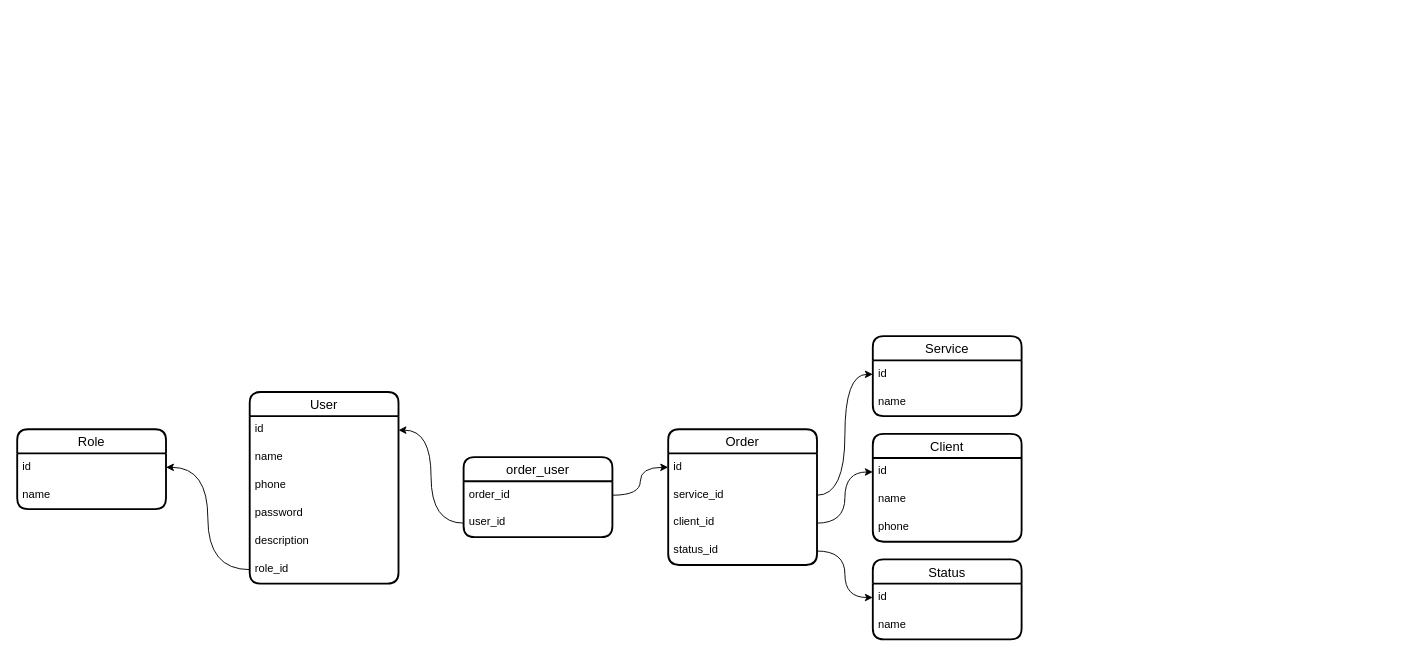
This is santex.drawio from iztileuoff/databases, a draw.io file, before an edit. Source tidied: cells renumbered, new cells numbered last; positions are measured from the earlier drawing's top-left corner, leaving out a move shared by most shapes. Both pictures are drawn from the tidied source at 93%, with x=0, y=0 at pixel (17, 336).
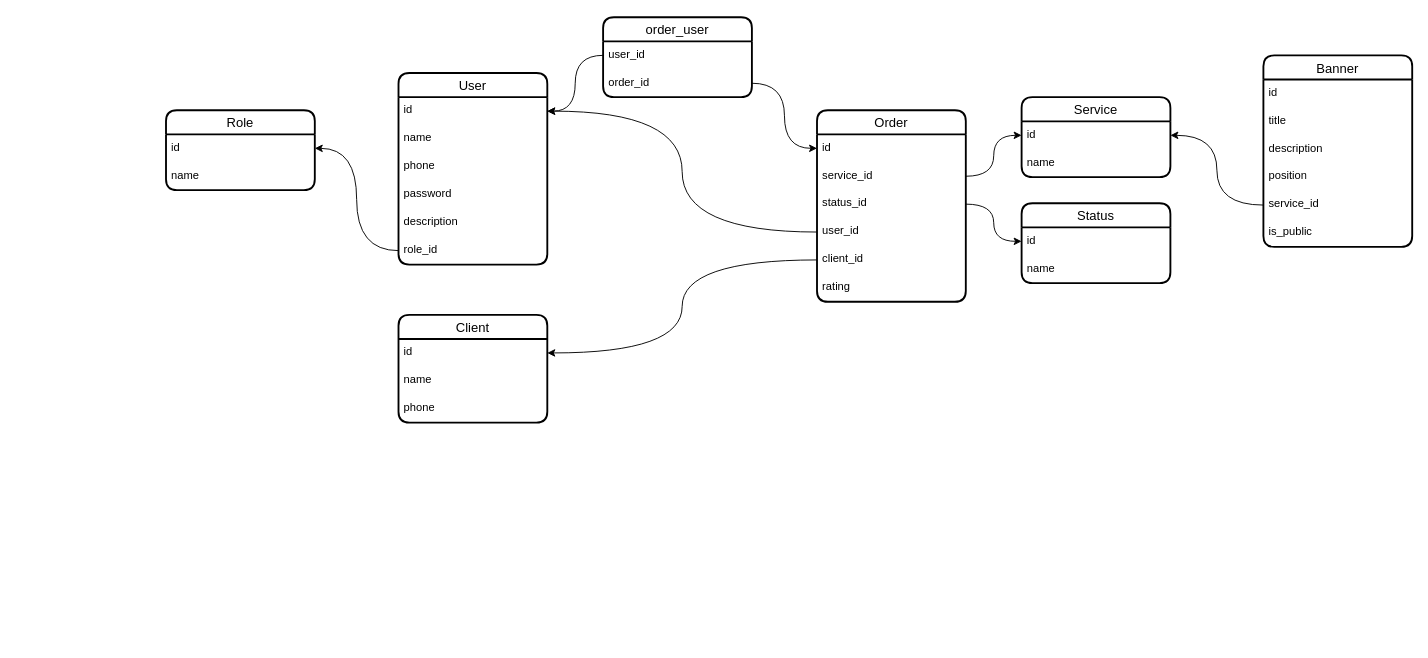
After the change.

The change refers to these unchanged cells:
```xml
<mxCell id="3" value="id" style="text;strokeColor=none;fillColor=none;spacingLeft=4;spacingRight=4;overflow=hidden;points=[[0,0.5],[1,0.5]];portConstraint=eastwest;fontSize=12;whiteSpace=wrap;html=1;" parent="2" vertex="1">
  <mxGeometry y="26" width="160" height="30" as="geometry" />
</mxCell>
<mxCell id="14" value="id" style="text;strokeColor=none;fillColor=none;spacingLeft=4;spacingRight=4;overflow=hidden;points=[[0,0.5],[1,0.5]];portConstraint=eastwest;fontSize=12;whiteSpace=wrap;html=1;" parent="13" vertex="1">
  <mxGeometry y="26" width="160" height="30" as="geometry" />
</mxCell>
<mxCell id="17" value="id" style="text;strokeColor=none;fillColor=none;spacingLeft=4;spacingRight=4;overflow=hidden;points=[[0,0.5],[1,0.5]];portConstraint=eastwest;fontSize=12;whiteSpace=wrap;html=1;" parent="16" vertex="1">
  <mxGeometry y="26" width="160" height="30" as="geometry" />
</mxCell>
```

Change to the diagram source:
```diff
@@
     <mxCell id="2" value="User" style="swimlane;fontStyle=0;horizontal=1;startSize=26;align=center;fontSize=14;strokeWidth=2;rounded=1;shadow=0;glass=0;swimlaneLine=1;" parent="1" vertex="1">
-      <mxGeometry x="250" y="60" width="160" height="206" as="geometry" />
+      <mxGeometry x="410" y="-283" width="160" height="206" as="geometry" />
     </mxCell>
@@
     <mxCell id="9" value="Role" style="swimlane;fontStyle=0;horizontal=1;startSize=26;align=center;fontSize=14;strokeWidth=2;rounded=1;shadow=0;glass=0;swimlaneLine=1;" parent="1" vertex="1">
-      <mxGeometry y="100" width="160" height="86" as="geometry" />
+      <mxGeometry x="160" y="-243" width="160" height="86" as="geometry" />
     </mxCell>
@@
     <mxCell id="13" value="Service" style="swimlane;fontStyle=0;horizontal=1;startSize=26;align=center;fontSize=14;strokeWidth=2;rounded=1;shadow=0;glass=0;swimlaneLine=1;" parent="1" vertex="1">
-      <mxGeometry x="920" width="160" height="86" as="geometry" />
+      <mxGeometry x="1080" y="-257" width="160" height="86" as="geometry" />
     </mxCell>
@@
     <mxCell id="16" value="Client" style="swimlane;fontStyle=0;horizontal=1;startSize=26;align=center;fontSize=14;strokeWidth=2;rounded=1;shadow=0;glass=0;swimlaneLine=1;" parent="1" vertex="1">
-      <mxGeometry x="920" y="105" width="160" height="116" as="geometry" />
+      <mxGeometry x="410" y="-23" width="160" height="116" as="geometry" />
     </mxCell>
@@
     <mxCell id="20" value="Order" style="swimlane;fontStyle=0;horizontal=1;startSize=26;align=center;fontSize=14;strokeWidth=2;rounded=1;shadow=0;glass=0;swimlaneLine=1;" parent="1" vertex="1">
-      <mxGeometry x="700" y="100" width="160" height="146" as="geometry" />
+      <mxGeometry x="860" y="-243" width="160" height="206" as="geometry" />
     </mxCell>
@@
+    <mxCell id="24" value="status_id" style="text;strokeColor=none;fillColor=none;spacingLeft=4;spacingRight=4;overflow=hidden;points=[[0,0.5],[1,0.5]];portConstraint=eastwest;fontSize=12;whiteSpace=wrap;html=1;" parent="20" vertex="1">
+      <mxGeometry y="86" width="160" height="30" as="geometry" />
+    </mxCell>
+    <mxCell id="36" value="user_id" style="text;strokeColor=none;fillColor=none;spacingLeft=4;spacingRight=4;overflow=hidden;points=[[0,0.5],[1,0.5]];portConstraint=eastwest;fontSize=12;whiteSpace=wrap;html=1;" parent="20" vertex="1">
+      <mxGeometry y="116" width="160" height="30" as="geometry" />
+    </mxCell>
     <mxCell id="23" value="client_id" style="text;strokeColor=none;fillColor=none;spacingLeft=4;spacingRight=4;overflow=hidden;points=[[0,0.5],[1,0.5]];portConstraint=eastwest;fontSize=12;whiteSpace=wrap;html=1;" parent="20" vertex="1">
-      <mxGeometry y="86" width="160" height="30" as="geometry" />
+      <mxGeometry y="146" width="160" height="30" as="geometry" />
     </mxCell>
-    <mxCell id="24" value="status_id" style="text;strokeColor=none;fillColor=none;spacingLeft=4;spacingRight=4;overflow=hidden;points=[[0,0.5],[1,0.5]];portConstraint=eastwest;fontSize=12;whiteSpace=wrap;html=1;" parent="20" vertex="1">
-      <mxGeometry y="116" width="160" height="30" as="geometry" />
-    </mxCell>
+    <mxCell id="37" value="rating" style="text;strokeColor=none;fillColor=none;spacingLeft=4;spacingRight=4;overflow=hidden;fontSize=12;whiteSpace=wrap;html=1;" parent="20" vertex="1">
+      <mxGeometry y="176" width="160" height="30" as="geometry" />
+    </mxCell>
     <mxCell id="25" value="Status" style="swimlane;fontStyle=0;horizontal=1;startSize=26;align=center;fontSize=14;strokeWidth=2;rounded=1;shadow=0;glass=0;swimlaneLine=1;" parent="1" vertex="1">
-      <mxGeometry x="920" y="240" width="160" height="86" as="geometry" />
+      <mxGeometry x="1080" y="-143" width="160" height="86" as="geometry" />
     </mxCell>
@@
     <mxCell id="28" value="order_user" style="swimlane;fontStyle=0;horizontal=1;startSize=26;align=center;fontSize=14;strokeWidth=2;rounded=1;shadow=0;glass=0;swimlaneLine=1;" parent="1" vertex="1">
-      <mxGeometry x="480" y="130" width="160" height="86" as="geometry" />
+      <mxGeometry x="630" y="-343" width="160" height="86" as="geometry" />
     </mxCell>
+    <mxCell id="30" value="user_id" style="text;strokeColor=none;fillColor=none;spacingLeft=4;spacingRight=4;overflow=hidden;points=[[0,0.5],[1,0.5]];portConstraint=eastwest;fontSize=12;whiteSpace=wrap;html=1;" parent="28" vertex="1">
+      <mxGeometry y="26" width="160" height="30" as="geometry" />
+    </mxCell>
     <mxCell id="29" value="order_id" style="text;strokeColor=none;fillColor=none;spacingLeft=4;spacingRight=4;overflow=hidden;points=[[0,0.5],[1,0.5]];portConstraint=eastwest;fontSize=12;whiteSpace=wrap;html=1;" parent="28" vertex="1">
-      <mxGeometry y="26" width="160" height="30" as="geometry" />
+      <mxGeometry y="56" width="160" height="30" as="geometry" />
     </mxCell>
-    <mxCell id="30" value="user_id" style="text;strokeColor=none;fillColor=none;spacingLeft=4;spacingRight=4;overflow=hidden;points=[[0,0.5],[1,0.5]];portConstraint=eastwest;fontSize=12;whiteSpace=wrap;html=1;" parent="28" vertex="1">
-      <mxGeometry y="56" width="160" height="30" as="geometry" />
-    </mxCell>
@@
-    <mxCell id="33" style="edgeStyle=orthogonalEdgeStyle;rounded=0;jettySize=auto;html=1;entryX=0;entryY=0.5;entryDx=0;entryDy=0;curved=1;" parent="1" edge="1" source="23" target="17">
-      <mxGeometry relative="1" as="geometry" />
-    </mxCell>
@@
+    <mxCell id="38" style="edgeStyle=orthogonalEdgeStyle;rounded=0;jettySize=auto;html=1;entryX=1;entryY=0.5;entryDx=0;entryDy=0;curved=1;" parent="1" edge="1" source="36" target="3">
+      <mxGeometry relative="1" as="geometry" />
+    </mxCell>
+    <mxCell id="39" value="Banner" style="swimlane;fontStyle=0;horizontal=1;startSize=26;align=center;fontSize=14;strokeWidth=2;rounded=1;shadow=0;glass=0;swimlaneLine=1;" parent="1" vertex="1">
+      <mxGeometry x="1340" y="-302" width="160" height="206" as="geometry" />
+    </mxCell>
+    <mxCell id="40" value="id" style="text;strokeColor=none;fillColor=none;spacingLeft=4;spacingRight=4;overflow=hidden;fontSize=12;whiteSpace=wrap;html=1;" parent="39" vertex="1">
+      <mxGeometry y="26" width="160" height="30" as="geometry" />
+    </mxCell>
+    <mxCell id="41" value="title" style="text;strokeColor=none;fillColor=none;spacingLeft=4;spacingRight=4;overflow=hidden;fontSize=12;whiteSpace=wrap;html=1;" parent="39" vertex="1">
+      <mxGeometry y="56" width="160" height="30" as="geometry" />
+    </mxCell>
+    <mxCell id="42" value="description" style="text;strokeColor=none;fillColor=none;spacingLeft=4;spacingRight=4;overflow=hidden;fontSize=12;whiteSpace=wrap;html=1;" parent="39" vertex="1">
+      <mxGeometry y="86" width="160" height="30" as="geometry" />
+    </mxCell>
+    <mxCell id="43" value="position" style="text;strokeColor=none;fillColor=none;spacingLeft=4;spacingRight=4;overflow=hidden;fontSize=12;whiteSpace=wrap;html=1;" parent="39" vertex="1">
+      <mxGeometry y="116" width="160" height="30" as="geometry" />
+    </mxCell>
+    <mxCell id="44" value="service_id" style="text;strokeColor=none;fillColor=none;spacingLeft=4;spacingRight=4;overflow=hidden;points=[[0,0.5],[1,0.5]];portConstraint=eastwest;fontSize=12;whiteSpace=wrap;html=1;" parent="39" vertex="1">
+      <mxGeometry y="146" width="160" height="30" as="geometry" />
+    </mxCell>
+    <mxCell id="45" value="is_public" style="text;strokeColor=none;fillColor=none;spacingLeft=4;spacingRight=4;overflow=hidden;fontSize=12;whiteSpace=wrap;html=1;" parent="39" vertex="1">
+      <mxGeometry y="176" width="160" height="30" as="geometry" />
+    </mxCell>
+    <mxCell id="46" style="edgeStyle=orthogonalEdgeStyle;rounded=0;jettySize=auto;html=1;entryX=1;entryY=0.5;entryDx=0;entryDy=0;curved=1;" parent="1" edge="1" source="44" target="14">
+      <mxGeometry relative="1" as="geometry" />
+    </mxCell>
+    <mxCell id="33" style="edgeStyle=orthogonalEdgeStyle;rounded=0;jettySize=auto;html=1;entryX=1;entryY=0.5;entryDx=0;entryDy=0;curved=1;" parent="1" edge="1" source="23" target="17">
+      <mxGeometry relative="1" as="geometry" />
+    </mxCell>
```
